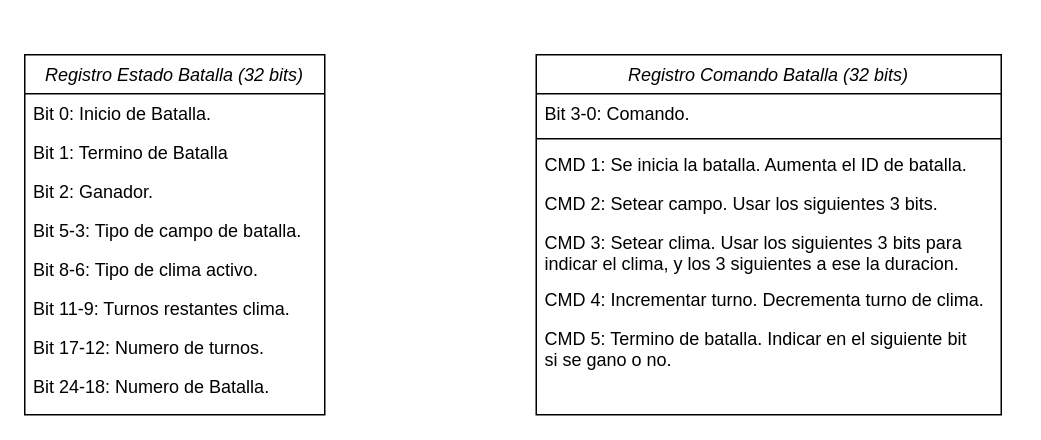
This is src/images/UML.drawio from sufigueroa/rars, a draw.io file, before an edit. Source tidied: cells renumbered, new cells numbered last; positions are measured from the earlier drawing's top-left corner, leaving out a move shared by most shapes. Both pictures are drawn from the tidied source at 150%, with x=0, y=0 at pixel (24, 54).
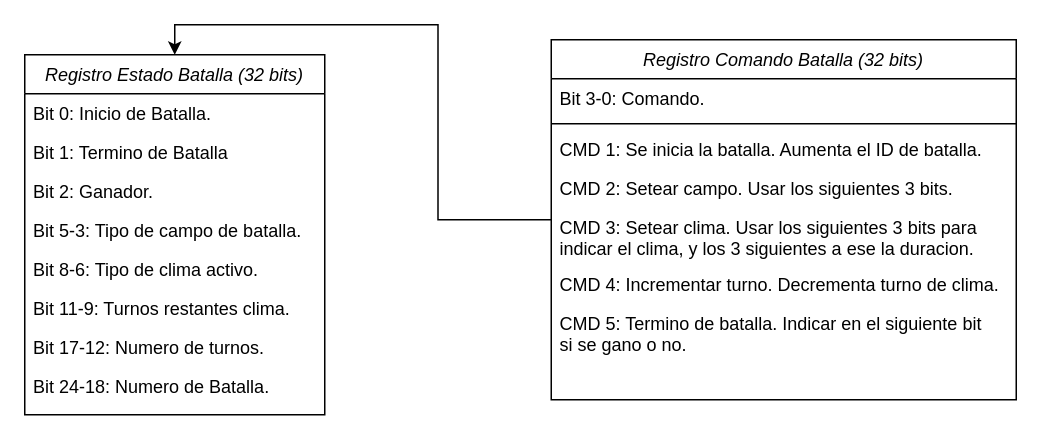
Above is the later version.

What changed in the source:
```diff
@@
 <mxGraphModel>
   <root>
     <mxCell id="0" />
     <mxCell id="1" parent="0" />
     <mxCell id="2" value="Registro Estado Batalla (32 bits)" style="swimlane;fontStyle=2;align=center;verticalAlign=top;horizontal=1;startSize=26;rounded=0;shadow=0;strokeWidth=1;" parent="1" vertex="1">
       <mxGeometry width="200" height="240" as="geometry" />
     </mxCell>
     <mxCell id="3" value="Bit 0: Inicio de Batalla." style="text;align=left;verticalAlign=top;spacingLeft=4;spacingRight=4;overflow=hidden;" parent="2" vertex="1">
       <mxGeometry y="26" width="200" height="26" as="geometry" />
     </mxCell>
     <mxCell id="4" value="Bit 1: Termino de Batalla" style="text;align=left;verticalAlign=top;spacingLeft=4;spacingRight=4;overflow=hidden;rounded=0;shadow=0;html=0;" parent="2" vertex="1">
       <mxGeometry y="52" width="200" height="26" as="geometry" />
     </mxCell>
     <mxCell id="5" value="Bit 2: Ganador." style="text;align=left;verticalAlign=top;spacingLeft=4;spacingRight=4;overflow=hidden;rounded=0;shadow=0;html=0;" parent="2" vertex="1">
       <mxGeometry y="78" width="200" height="26" as="geometry" />
     </mxCell>
     <mxCell id="6" value="Bit 5-3: Tipo de campo de batalla." style="text;align=left;verticalAlign=top;spacingLeft=4;spacingRight=4;overflow=hidden;rounded=0;shadow=0;html=0;" parent="2" vertex="1">
       <mxGeometry y="104" width="200" height="26" as="geometry" />
     </mxCell>
     <mxCell id="7" value="Bit 8-6: Tipo de clima activo." style="text;align=left;verticalAlign=top;spacingLeft=4;spacingRight=4;overflow=hidden;rounded=0;shadow=0;html=0;" parent="2" vertex="1">
       <mxGeometry y="130" width="200" height="26" as="geometry" />
     </mxCell>
     <mxCell id="8" value="Bit 11-9: Turnos restantes clima." style="text;align=left;verticalAlign=top;spacingLeft=4;spacingRight=4;overflow=hidden;rounded=0;shadow=0;html=0;" parent="2" vertex="1">
       <mxGeometry y="156" width="200" height="26" as="geometry" />
     </mxCell>
     <mxCell id="9" value="Bit 17-12: Numero de turnos." style="text;align=left;verticalAlign=top;spacingLeft=4;spacingRight=4;overflow=hidden;rounded=0;shadow=0;html=0;" parent="2" vertex="1">
       <mxGeometry y="182" width="200" height="26" as="geometry" />
     </mxCell>
     <mxCell id="10" value="Bit 24-18: Numero de Batalla." style="text;align=left;verticalAlign=top;spacingLeft=4;spacingRight=4;overflow=hidden;rounded=0;shadow=0;html=0;" parent="2" vertex="1">
       <mxGeometry y="208" width="200" height="26" as="geometry" />
     </mxCell>
+    <mxCell id="19" style="edgeStyle=orthogonalEdgeStyle;rounded=0;jettySize=auto;html=1;entryX=0.5;entryY=0;entryDx=0;entryDy=0;" parent="1" edge="1" source="11" target="2">
+      <mxGeometry relative="1" as="geometry" />
+    </mxCell>
     <mxCell id="11" value="Registro Comando Batalla (32 bits)" style="swimlane;fontStyle=2;align=center;verticalAlign=top;horizontal=1;startSize=26;rounded=0;shadow=0;strokeWidth=1;" parent="1" vertex="1">
-      <mxGeometry x="341" width="310" height="240" as="geometry" />
+      <mxGeometry x="351" y="-10" width="310" height="240" as="geometry" />
     </mxCell>
     <mxCell id="12" value="Bit 3-0: Comando." style="text;align=left;verticalAlign=top;spacingLeft=4;spacingRight=4;overflow=hidden;" parent="11" vertex="1">
       <mxGeometry y="26" width="310" height="26" as="geometry" />
     </mxCell>
     <mxCell id="13" style="line;html=1;strokeWidth=1;align=left;verticalAlign=middle;spacingTop=-1;spacingLeft=3;spacingRight=3;labelPosition=right;" parent="11" vertex="1">
       <mxGeometry y="52" width="310" height="8" as="geometry" />
     </mxCell>
     <mxCell id="14" value="CMD 1: Se inicia la batalla. Aumenta el ID de batalla." style="text;align=left;verticalAlign=top;spacingLeft=4;spacingRight=4;overflow=hidden;" parent="11" vertex="1">
       <mxGeometry y="60" width="310" height="26" as="geometry" />
     </mxCell>
     <mxCell id="15" value="CMD 2: Setear campo. Usar los siguientes 3 bits." style="text;align=left;verticalAlign=top;spacingLeft=4;spacingRight=4;overflow=hidden;" parent="11" vertex="1">
       <mxGeometry y="86" width="310" height="26" as="geometry" />
     </mxCell>
     <mxCell id="16" value="CMD 3: Setear clima. Usar los siguientes 3 bits para &#10;indicar el clima, y los 3 siguientes a ese la duracion." style="text;align=left;verticalAlign=top;spacingLeft=4;spacingRight=4;overflow=hidden;" parent="11" vertex="1">
       <mxGeometry y="112" width="310" height="38" as="geometry" />
     </mxCell>
     <mxCell id="17" value="CMD 4: Incrementar turno. Decrementa turno de clima." style="text;align=left;verticalAlign=top;spacingLeft=4;spacingRight=4;overflow=hidden;" parent="11" vertex="1">
       <mxGeometry y="150" width="310" height="26" as="geometry" />
     </mxCell>
     <mxCell id="18" value="CMD 5: Termino de batalla. Indicar en el siguiente bit &#10;si se gano o no." style="text;align=left;verticalAlign=top;spacingLeft=4;spacingRight=4;overflow=hidden;" parent="11" vertex="1">
       <mxGeometry y="176" width="310" height="34" as="geometry" />
     </mxCell>
   </root>
 </mxGraphModel>
```
